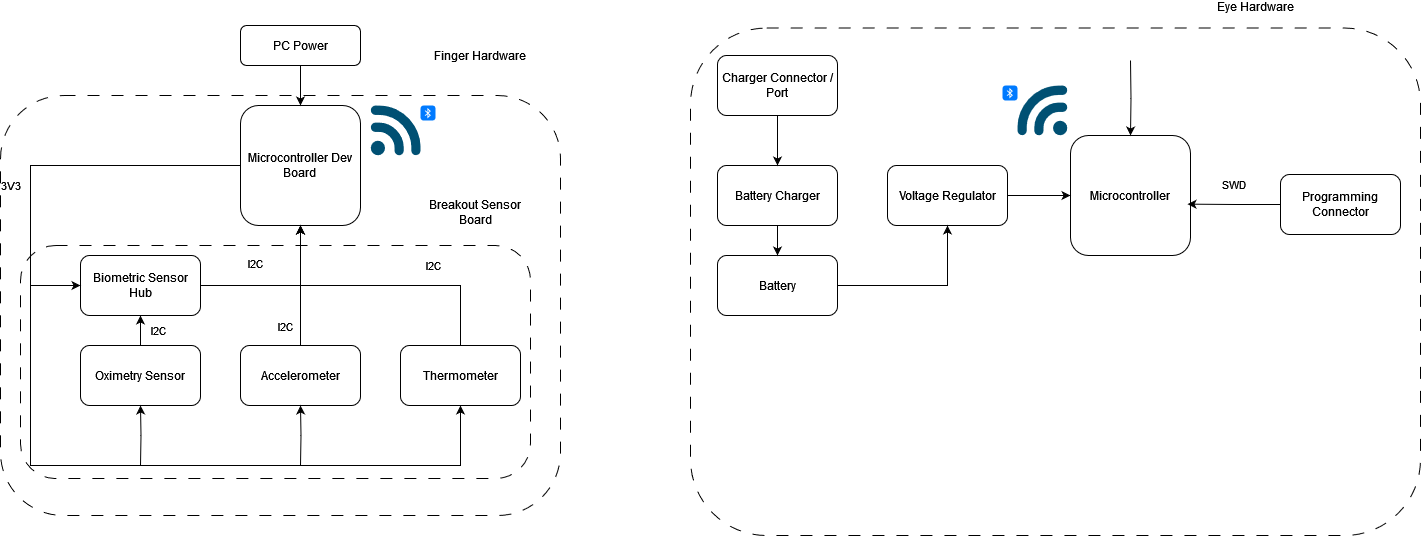
Above: Sleep Tracker PoC.drawio.png in o-roman/SleepTracker (draw.io), before the change. Source tidied: cells renumbered, new cells last; positions are measured from the earlier drawing's top-left corner, leaving out a move shared by most shapes.
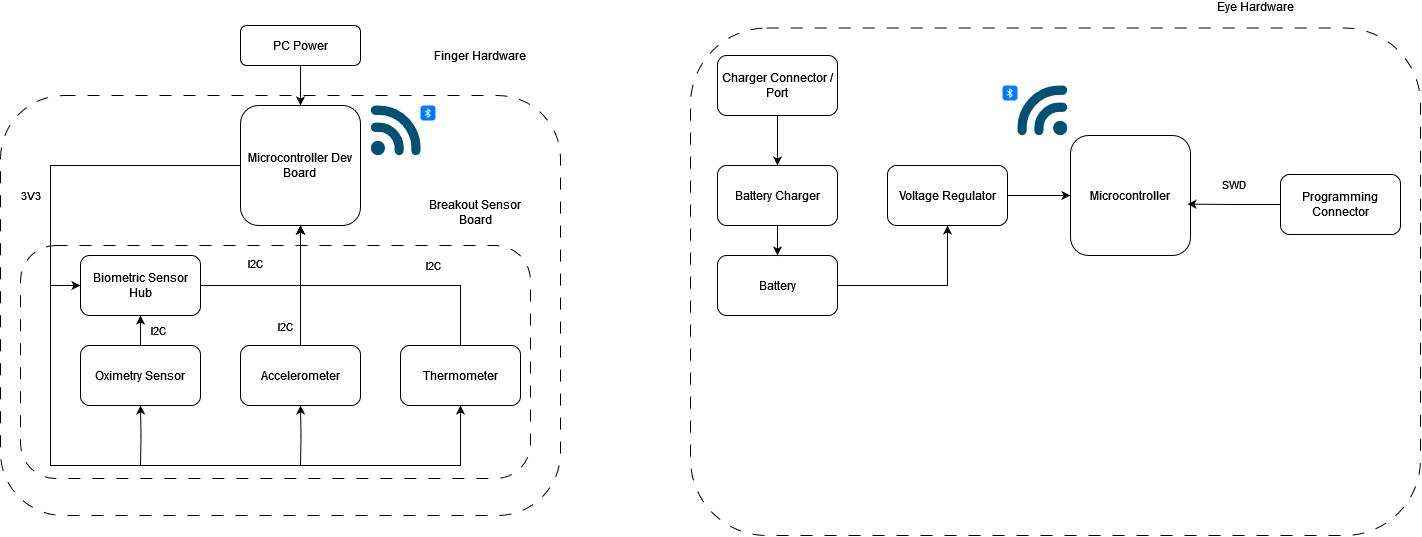
Above is the later version.

Change to the diagram source:
```diff
@@ -5,7 +5,7 @@
     <mxCell id="2" value="&lt;p style=&quot;line-height: 120%;&quot;&gt;PMIC&lt;/p&gt;" style="rounded=1;whiteSpace=wrap;html=1;fillColor=none;" parent="1" vertex="1">
       <mxGeometry x="707" y="130" width="310" height="80" as="geometry" />
     </mxCell>
-    <mxCell id="3" value="Finger Hardware" style="rounded=1;whiteSpace=wrap;html=1;fillColor=default;dashed=1;dashPattern=12 12;spacingTop=-500;spacingRight=0;spacingLeft=400;fontColor=#000000;" parent="1" vertex="1">
+    <mxCell id="3" value="Finger Hardware" style="rounded=1;whiteSpace=wrap;html=1;fillColor=none;dashed=1;dashPattern=12 12;spacingTop=-500;spacingRight=0;spacingLeft=400;fontColor=#000000;" parent="1" vertex="1">
       <mxGeometry y="70" width="560" height="420" as="geometry" />
     </mxCell>
     <mxCell id="4" value="Breakout Sensor Board" style="rounded=1;whiteSpace=wrap;html=1;fillColor=none;dashed=1;dashPattern=12 12;spacingTop=-300;spacingRight=0;spacingLeft=400;fontColor=#000000;" parent="1" vertex="1">
@@ -14,8 +14,8 @@
     <mxCell id="5" style="edgeStyle=orthogonalEdgeStyle;rounded=0;jettySize=auto;html=1;entryX=0.5;entryY=1;entryDx=0;entryDy=0;exitX=0;exitY=0.5;exitDx=0;exitDy=0;fontColor=#000000;" parent="1" edge="1" source="10" target="19">
       <mxGeometry relative="1" as="geometry">
         <Array as="points">
-          <mxPoint x="30" y="140" />
-          <mxPoint x="30" y="440" />
+          <mxPoint x="50" y="140" />
+          <mxPoint x="50" y="440" />
           <mxPoint x="460" y="440" />
         </Array>
       </mxGeometry>
@@ -93,11 +93,12 @@
         <mxPoint x="300" y="440" as="sourcePoint" />
       </mxGeometry>
     </mxCell>
-    <mxCell id="22" style="edgeStyle=orthogonalEdgeStyle;rounded=0;jettySize=auto;html=1;entryX=0;entryY=0.5;entryDx=0;entryDy=0;fontColor=#000000;" parent="1" edge="1" target="13">
+    <mxCell id="22" style="edgeStyle=orthogonalEdgeStyle;rounded=0;jettySize=auto;html=1;fontColor=#000000;sourcePerimeterSpacing=0;entryX=0;entryY=0.5;entryDx=0;entryDy=0;" parent="1" edge="1" target="13">
       <mxGeometry relative="1" as="geometry">
-        <mxPoint x="30" y="250" as="sourcePoint" />
+        <mxPoint x="50" y="260" as="sourcePoint" />
         <Array as="points">
-          <mxPoint x="30" y="260" />
+          <mxPoint x="80" y="260" />
+          <mxPoint x="80" y="260" />
         </Array>
       </mxGeometry>
     </mxCell>
@@ -113,11 +114,6 @@
     <mxCell id="26" value="&lt;div&gt;Microcontroller&lt;br&gt;&lt;/div&gt;" style="rounded=1;whiteSpace=wrap;html=1;fontColor=#000000;" parent="1" vertex="1">
       <mxGeometry x="1070" y="110" width="120" height="120" as="geometry" />
     </mxCell>
-    <mxCell id="27" style="edgeStyle=orthogonalEdgeStyle;rounded=0;jettySize=auto;html=1;fontColor=#000000;" parent="1" edge="1" target="26">
-      <mxGeometry relative="1" as="geometry">
-        <mxPoint x="1130" y="35" as="sourcePoint" />
-      </mxGeometry>
-    </mxCell>
     <mxCell id="28" style="edgeStyle=orthogonalEdgeStyle;rounded=0;jettySize=auto;html=1;entryX=0.975;entryY=0.572;entryDx=0;entryDy=0;entryPerimeter=0;" parent="1" edge="1" source="30" target="26">
       <mxGeometry relative="1" as="geometry" />
     </mxCell>
```
